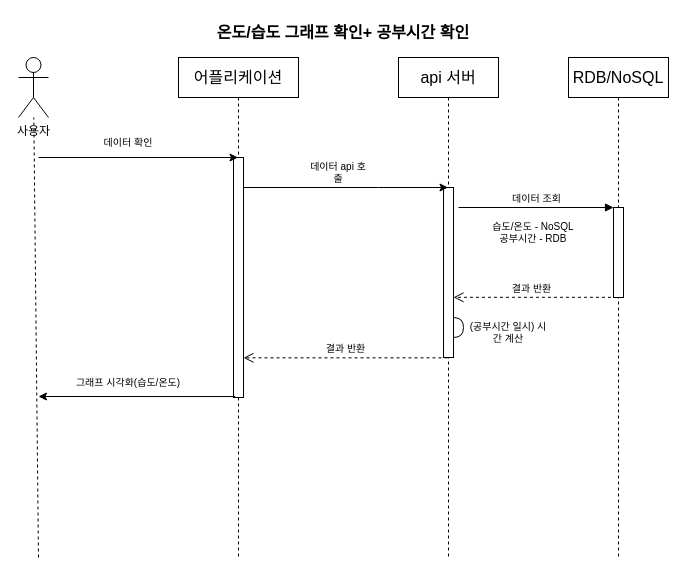
Above: page "온도/습도 그래프 확인+ 공부시간 확인 + 타인 공부시간 확인" (6 of 13) of doc/UML.drawio in veryneuron/study_mate_project (draw.io), before the change. Source tidied: cells renumbered, new cells numbered last; positions are measured from the earlier drawing's top-left corner, leaving out a move shared by most shapes. Both pictures are drawn from the tidied source at 100%, with x=0, y=0 at pixel (18, 17).
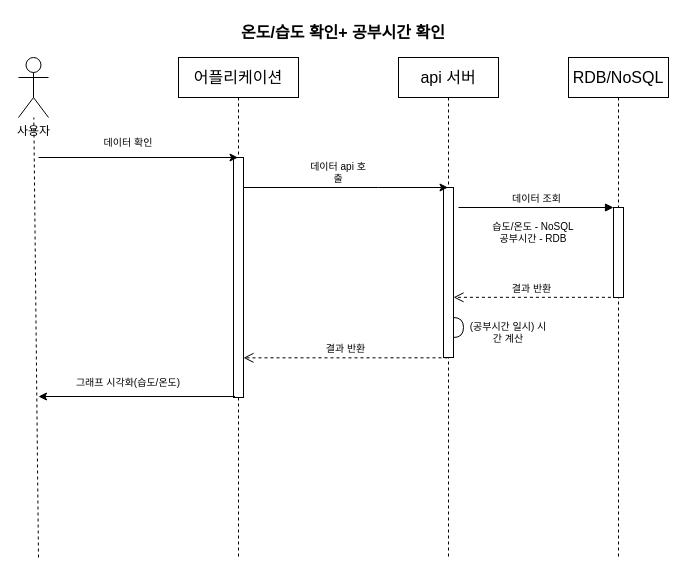
Above is the later version.

Diff of the diagram source:
```diff
@@
-    <mxCell id="2" value="온도/습도 그래프 확인+ 공부시간 확인" style="text;html=1;strokeColor=none;fillColor=none;align=center;verticalAlign=middle;whiteSpace=wrap;rounded=0;fontStyle=1;fontSize=16;" parent="1" vertex="1">
+    <mxCell id="2" value="온도/습도 확인+ 공부시간 확인" style="text;html=1;strokeColor=none;fillColor=none;align=center;verticalAlign=middle;whiteSpace=wrap;rounded=0;fontStyle=1;fontSize=16;" parent="1" vertex="1">
       <mxGeometry x="110" width="430" height="30" as="geometry" />
     </mxCell>
```
